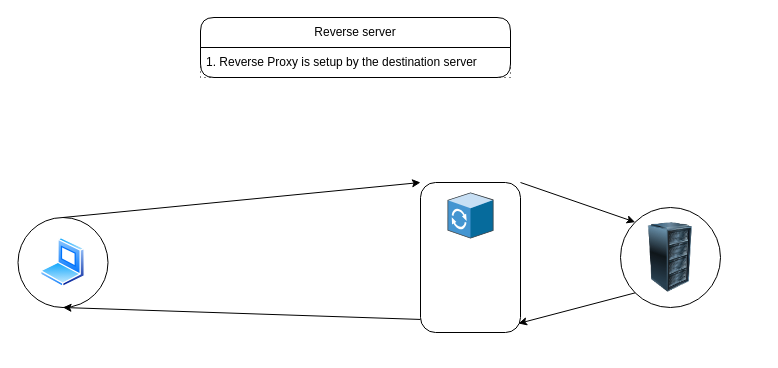
Earlier version of the draw.io diagram computer-networking/proxy-server/reverse-proxy/reverse-proxy.dio (knkrn5/Programming-Concepts). Source tidied: cells renumbered, new cells numbered last; positions are measured from the earlier drawing's top-left corner, leaving out a move shared by most shapes. Both pictures are drawn from the tidied source at 100%, with x=0, y=0 at pixel (18, 17).
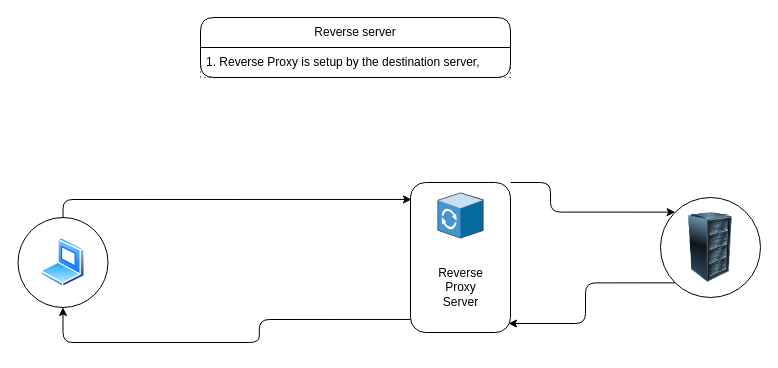
Above is the later version.

The edit, as a diff of the source:
```diff
@@
 <mxGraphModel background="#ffffff">
   <root>
     <mxCell id="0" />
     <mxCell id="1" parent="0" />
     <mxCell id="2" value="Reverse server" style="swimlane;fontStyle=0;horizontal=1;startSize=30;whiteSpace=wrap;html=1;rounded=1;" parent="1" vertex="1">
       <mxGeometry x="182" width="310" height="60" as="geometry" />
     </mxCell>
-    <mxCell id="3" value="1. Reverse Proxy is setup by the destination server" style="text;strokeColor=default;fillColor=none;align=left;verticalAlign=middle;spacingLeft=4;spacingRight=4;overflow=hidden;whiteSpace=wrap;html=1;dashed=1;dashPattern=1 4;" parent="2" vertex="1">
+    <mxCell id="3" value="1. Reverse Proxy is setup by the destination server,&amp;nbsp;" style="text;strokeColor=default;fillColor=none;align=left;verticalAlign=middle;spacingLeft=4;spacingRight=4;overflow=hidden;whiteSpace=wrap;html=1;dashed=1;dashPattern=1 4;" parent="2" vertex="1">
       <mxGeometry y="30" width="310" height="30" as="geometry" />
     </mxCell>
     <mxCell id="4" style="group;" parent="1" vertex="1">
       <mxGeometry x="-0.5" y="200" width="90" height="90" as="geometry" />
     </mxCell>
     <mxCell id="5" style="image;perimeter=ellipsePerimeter;html=1;align=center;shadow=0;dashed=0;spacingTop=3;image=img/lib/active_directory/laptop_client.svg;" parent="4" vertex="1">
       <mxGeometry x="22.5" y="20" width="45" height="50" as="geometry" />
     </mxCell>
     <mxCell id="6" style="ellipse;whiteSpace=wrap;html=1;fillColor=none;" parent="4" vertex="1">
       <mxGeometry width="90" height="90" as="geometry" />
     </mxCell>
     <mxCell id="7" style="group;" parent="1" vertex="1">
-      <mxGeometry x="402" y="165" width="100" height="150" as="geometry" />
+      <mxGeometry x="392" y="165" width="100" height="150" as="geometry" />
     </mxCell>
     <mxCell id="8" style="rounded=1;whiteSpace=wrap;html=1;" parent="7" vertex="1">
       <mxGeometry width="100" height="150" as="geometry" />
     </mxCell>
     <mxCell id="9" style="shadow=0;dashed=0;html=1;labelPosition=center;verticalLabelPosition=bottom;verticalAlign=top;align=center;shape=mxgraph.veeam.3d.proxy;" parent="7" vertex="1">
       <mxGeometry x="27" y="10" width="46" height="46" as="geometry" />
     </mxCell>
+    <mxCell id="17" value="&lt;span style=&quot;white-space: normal;&quot;&gt;&lt;font style=&quot;color: light-dark(rgb(0, 0, 0), rgb(255, 255, 255));&quot;&gt;Reverse&lt;/font&gt;&lt;/span&gt;&lt;div style=&quot;scrollbar-color: rgb(75, 75, 75) rgb(27, 29, 30); white-space: normal; color: rgb(192, 192, 192);&quot;&gt;&lt;font style=&quot;color: light-dark(rgb(0, 0, 0), rgb(255, 255, 255));&quot;&gt;Proxy&lt;/font&gt;&lt;/div&gt;&lt;div style=&quot;scrollbar-color: rgb(75, 75, 75) rgb(27, 29, 30); white-space: normal; color: rgb(192, 192, 192);&quot;&gt;&lt;font style=&quot;color: light-dark(rgb(0, 0, 0), rgb(255, 255, 255));&quot;&gt;Server&lt;/font&gt;&lt;/div&gt;" style="text;html=1;align=center;verticalAlign=middle;strokeColor=none;fillColor=none;" parent="7" vertex="1">
+      <mxGeometry x="15" y="75" width="70" height="60" as="geometry" />
+    </mxCell>
     <mxCell id="10" style="group;" parent="1" vertex="1">
-      <mxGeometry x="602" y="190" width="100" height="100" as="geometry" />
+      <mxGeometry x="642" y="180" width="100" height="100" as="geometry" />
     </mxCell>
     <mxCell id="11" style="ellipse;whiteSpace=wrap;html=1;" parent="10" vertex="1">
       <mxGeometry width="100" height="100" as="geometry" />
     </mxCell>
     <mxCell id="12" style="image;html=1;image=img/lib/clip_art/computers/Server_Rack_128x128.png;" parent="10" vertex="1">
       <mxGeometry x="15" y="15" width="70" height="70" as="geometry" />
     </mxCell>
-    <mxCell id="13" style="edgeStyle=none;html=1;exitX=0.5;exitY=0;exitDx=0;exitDy=0;entryX=0;entryY=0;entryDx=0;entryDy=0;" parent="1" edge="1" source="6" target="8">
+    <mxCell id="13" style="edgeStyle=orthogonalEdgeStyle;html=1;exitX=0.5;exitY=0;exitDx=0;exitDy=0;entryX=0.01;entryY=0.113;entryDx=0;entryDy=0;entryPerimeter=0;flowAnimation=1;" parent="1" edge="1" source="6" target="8">
       <mxGeometry relative="1" as="geometry" />
     </mxCell>
-    <mxCell id="14" style="edgeStyle=none;html=1;exitX=1;exitY=0;exitDx=0;exitDy=0;entryX=0;entryY=0;entryDx=0;entryDy=0;" parent="1" edge="1" source="8" target="11">
-      <mxGeometry relative="1" as="geometry" />
+    <mxCell id="14" style="edgeStyle=orthogonalEdgeStyle;html=1;exitX=1;exitY=0;exitDx=0;exitDy=0;entryX=0;entryY=0;entryDx=0;entryDy=0;flowAnimation=1;" parent="1" edge="1" source="8" target="11">
+      <mxGeometry relative="1" as="geometry">
+        <Array as="points">
+          <mxPoint x="532" y="165" />
+          <mxPoint x="532" y="195" />
+        </Array>
+      </mxGeometry>
     </mxCell>
-    <mxCell id="15" style="edgeStyle=none;html=1;exitX=0;exitY=1;exitDx=0;exitDy=0;entryX=0.98;entryY=0.94;entryDx=0;entryDy=0;entryPerimeter=0;" parent="1" edge="1" source="11" target="8">
+    <mxCell id="15" style="edgeStyle=orthogonalEdgeStyle;html=1;exitX=0;exitY=1;exitDx=0;exitDy=0;entryX=0.98;entryY=0.94;entryDx=0;entryDy=0;entryPerimeter=0;flowAnimation=1;" parent="1" edge="1" source="11" target="8">
       <mxGeometry relative="1" as="geometry" />
     </mxCell>
-    <mxCell id="16" style="edgeStyle=none;html=1;entryX=0.5;entryY=1;entryDx=0;entryDy=0;exitX=0;exitY=0.913;exitDx=0;exitDy=0;exitPerimeter=0;" parent="1" edge="1" source="8" target="6">
+    <mxCell id="16" style="edgeStyle=orthogonalEdgeStyle;html=1;entryX=0.5;entryY=1;entryDx=0;entryDy=0;exitX=0;exitY=0.913;exitDx=0;exitDy=0;exitPerimeter=0;flowAnimation=1;" parent="1" edge="1" source="8" target="6">
       <mxGeometry relative="1" as="geometry" />
     </mxCell>
   </root>
 </mxGraphModel>
```
